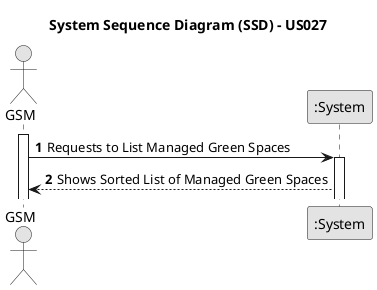
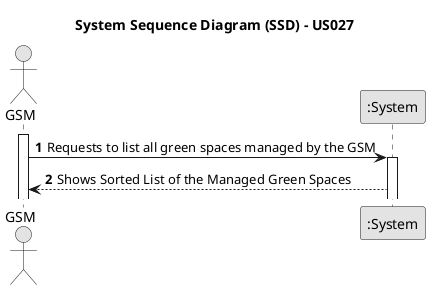
@startuml
skinparam monochrome true
skinparam packageStyle rectangle
skinparam shadowing false

title System Sequence Diagram (SSD) - US027

autonumber

actor "GSM" as GSM
participant ":System" as UI2

activate GSM

- GSM -> UI2 : Requests to List Managed Green Spaces
+ GSM -> UI2 : Requests to list all green spaces managed by the GSM

activate UI2

- UI2 --> GSM : Shows Sorted List of Managed Green Spaces
+ UI2 --> GSM : Shows Sorted List of the Managed Green Spaces


@enduml
